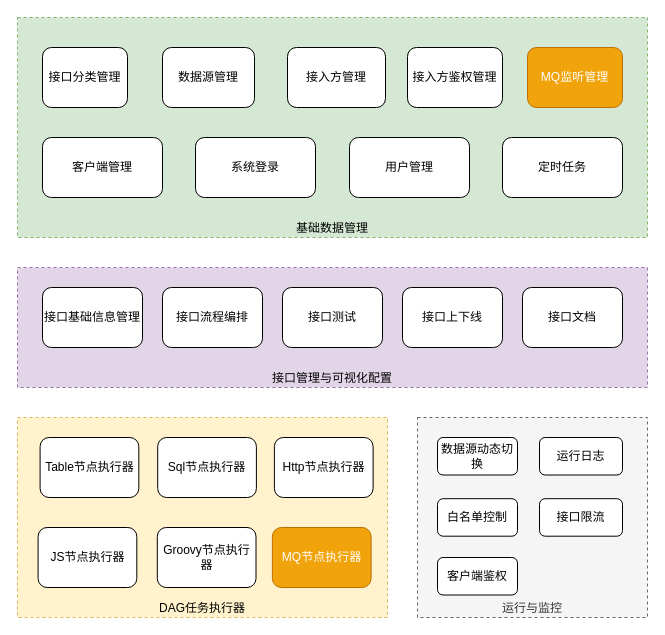
This is page "系统功能架构" (1 of 5) of docs/架构图.drawio from icarusliu/flowstone-api, a draw.io file, before an edit. Source tidied: cells renumbered, new cells numbered last; positions are measured from the earlier drawing's top-left corner, leaving out a move shared by most shapes. Both pictures are drawn from the tidied source at 100%, with x=0, y=0 at pixel (17, 17).
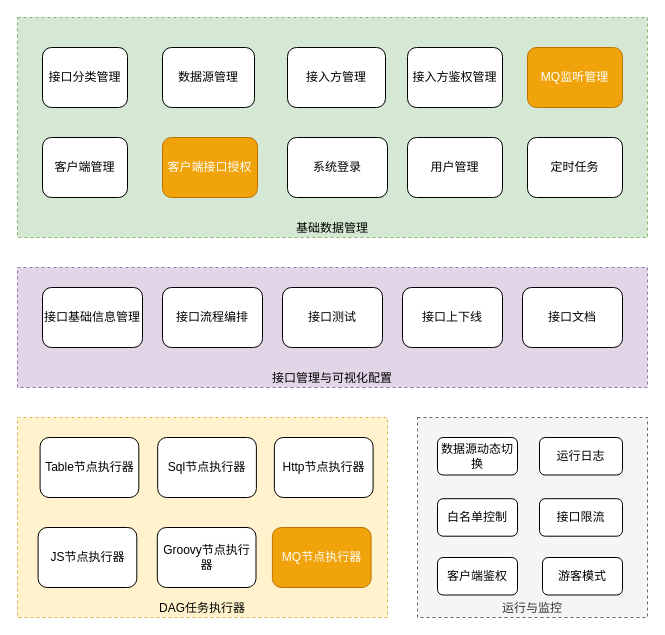
Above is the later version.

The change refers to these unchanged cells:
```xml
<mxCell id="22" style="group;" parent="1" vertex="1">
  <mxGeometry width="630" height="220" as="geometry" />
</mxCell>
```

The edit, as a diff of the source:
```diff
@@
     <mxCell id="24" value="系统登录" style="rounded=1;whiteSpace=wrap;html=1;" parent="22" vertex="1">
-      <mxGeometry x="178" y="120" width="120" height="60" as="geometry" />
+      <mxGeometry x="270" y="120" width="100" height="60" as="geometry" />
     </mxCell>
     <mxCell id="25" value="用户管理" style="rounded=1;whiteSpace=wrap;html=1;" parent="22" vertex="1">
-      <mxGeometry x="332" y="120" width="120" height="60" as="geometry" />
+      <mxGeometry x="390" y="120" width="95" height="60" as="geometry" />
     </mxCell>
     <mxCell id="26" value="定时任务" style="rounded=1;whiteSpace=wrap;html=1;" parent="22" vertex="1">
-      <mxGeometry x="485" y="120" width="120" height="60" as="geometry" />
+      <mxGeometry x="510" y="120" width="95" height="60" as="geometry" />
     </mxCell>
@@
     <mxCell id="31" value="客户端管理" style="rounded=1;whiteSpace=wrap;html=1;" parent="22" vertex="1">
-      <mxGeometry x="25" y="120" width="120" height="60" as="geometry" />
+      <mxGeometry x="25" y="120" width="85" height="60" as="geometry" />
     </mxCell>
@@
+    <mxCell id="33" value="客户端接口授权" style="rounded=1;whiteSpace=wrap;html=1;fillColor=#f0a30a;strokeColor=#BD7000;fontColor=#FFFFFF;" parent="22" vertex="1">
+      <mxGeometry x="145" y="120" width="95" height="60" as="geometry" />
+    </mxCell>
+    <mxCell id="34" value="游客模式" style="rounded=1;whiteSpace=wrap;html=1;flipV=1;" parent="1" vertex="1">
+      <mxGeometry x="525" y="540" width="80" height="37.5" as="geometry" />
+    </mxCell>
```
